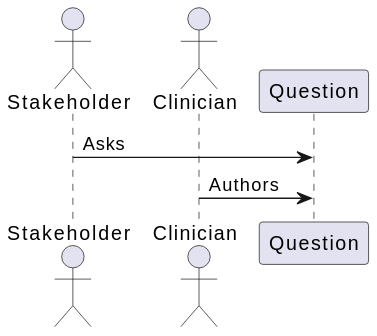
The PlantUML diagram docs/docs/diagrams/out/question_dark.svg in chronicleworks/chronicle, before a commit.
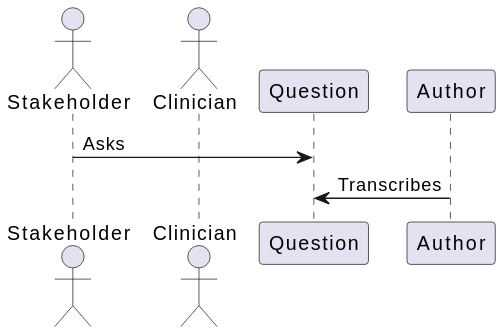
After the commit.

Diff of the diagram source:
```diff
@@ -3,5 +3,5 @@
 actor "Clinician"
 
 Stakeholder -> Question : Asks
-Clinician -> Question : Authors
+Author -> Question : Transcribes
 @enduml
```
